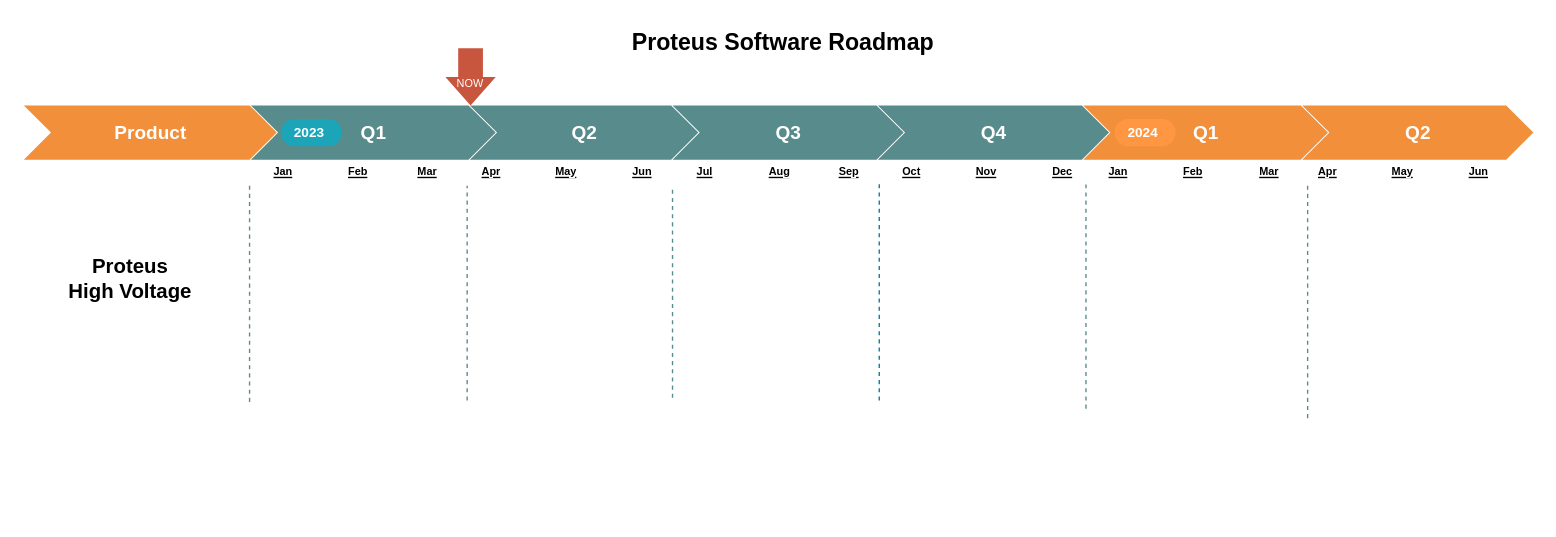
Before: page "Proteus" (4 of 5) of Project RoadMap.drawio in EdwardsKorea/CommonDrawIO, a draw.io diagram. Source tidied: cells renumbered, new cells numbered last; positions are measured from the earlier drawing's top-left corner, leaving out a move shared by most shapes. Both pictures are drawn from the tidied source at 136%, with x=0, y=0 at pixel (23, 23).
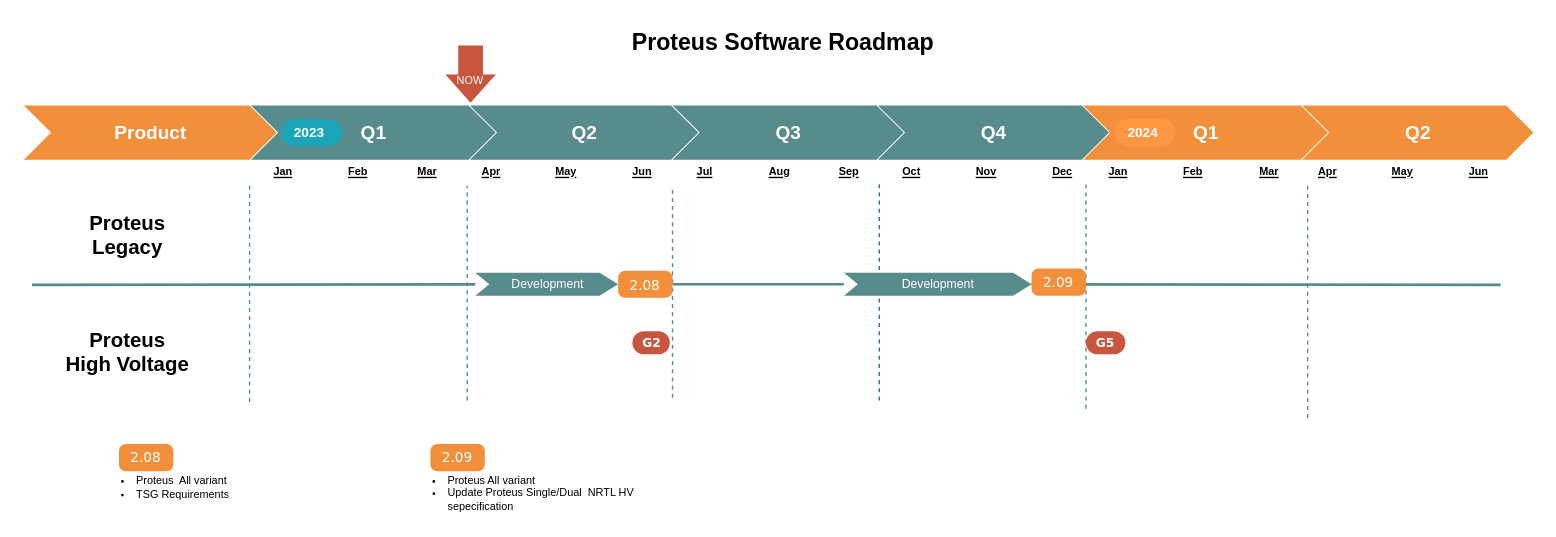
After the change.

Diff of the diagram source:
```diff
@@
     <mxCell id="10" value="&lt;br&gt;NOW" style="shape=singleArrow;direction=south;whiteSpace=wrap;html=1;labelBackgroundColor=none;strokeColor=none;fontFamily=Helvetica;fontSize=8;fontColor=#FFFFFF;fillColor=#c8553d;arrowWidth=0.4911463187325298;arrowSize=0.49521072796935545;" parent="1" vertex="1">
-      <mxGeometry x="310" y="18" width="37" height="42" as="geometry" />
+      <mxGeometry x="310" y="16" width="37" height="42" as="geometry" />
     </mxCell>
@@
     <mxCell id="37" value="Proteus &lt;br&gt;High Voltage" style="text;html=1;strokeColor=none;fillColor=none;align=center;verticalAlign=middle;whiteSpace=wrap;rounded=0;fontSize=15;fontStyle=1;" parent="1" vertex="1">
-      <mxGeometry x="19" y="172" width="119" height="30" as="geometry" />
+      <mxGeometry x="17" y="226" width="119" height="30" as="geometry" />
     </mxCell>
+    <mxCell id="38" style="endArrow=none;html=1;strokeColor=#588b8b;strokeWidth=2;" parent="1" edge="1" source="46">
+      <mxGeometry relative="1" as="geometry">
+        <mxPoint x="1086" y="192" as="targetPoint" />
+      </mxGeometry>
+    </mxCell>
+    <mxCell id="39" value="Proteus &lt;br&gt;Legacy" style="text;html=1;strokeColor=none;fillColor=none;align=center;verticalAlign=middle;whiteSpace=wrap;rounded=0;fontSize=15;fontStyle=1;" parent="1" vertex="1">
+      <mxGeometry x="17" y="140" width="119" height="30" as="geometry" />
+    </mxCell>
+    <mxCell id="40" value="G2" style="rounded=1;whiteSpace=wrap;html=1;arcSize=50;strokeColor=none;strokeWidth=1;fillColor=#c8553d;fontColor=#FFFFFF;whiteSpace=wrap;align=center;verticalAlign=middle;spacingLeft=0;fontStyle=1;fontSize=9;spacing=10;fontFamily=Verdana;" parent="1" vertex="1">
+      <mxGeometry x="447.5" y="226" width="27.5" height="17" as="geometry" />
+    </mxCell>
+    <mxCell id="41" value="G5" style="rounded=1;whiteSpace=wrap;html=1;arcSize=50;strokeColor=none;strokeWidth=1;fillColor=#c8553d;fontColor=#FFFFFF;whiteSpace=wrap;align=center;verticalAlign=middle;spacingLeft=0;fontStyle=1;fontSize=9;spacing=10;fontFamily=Verdana;" parent="1" vertex="1">
+      <mxGeometry x="781" y="226" width="29" height="17" as="geometry" />
+    </mxCell>
+    <mxCell id="42" value="2.09" style="html=1;shadow=0;dashed=0;shape=mxgraph.bootstrap.rrect;rSize=5;strokeColor=none;strokeWidth=1;fillColor=#F28f3b;fontColor=#FFFFFF;whiteSpace=wrap;align=center;verticalAlign=middle;spacingLeft=0;fontStyle=0;fontSize=10;spacing=5;fontFamily=Verdana;labelBackgroundColor=none;" parent="1" vertex="1">
+      <mxGeometry x="741" y="180" width="40" height="20" as="geometry" />
+    </mxCell>
+    <mxCell id="43" style="endArrow=none;html=1;strokeColor=#588b8b;strokeWidth=2;" parent="1" edge="1" target="44">
+      <mxGeometry relative="1" as="geometry">
+        <mxPoint x="6" y="192" as="sourcePoint" />
+      </mxGeometry>
+    </mxCell>
+    <mxCell id="44" value="Development" style="html=1;shape=mxgraph.infographic.ribbonSimple;notch1=10.29;notch2=13.57;fillColor=#588b8b;strokeColor=none;align=center;verticalAlign=middle;fontColor=#ffffff;fontSize=9;fontStyle=0;rounded=0;" parent="1" vertex="1">
+      <mxGeometry x="332" y="183" width="105" height="17" as="geometry" />
+    </mxCell>
+    <mxCell id="45" style="endArrow=none;html=1;strokeColor=#588b8b;strokeWidth=2;" parent="1" edge="1" source="48" target="46">
+      <mxGeometry relative="1" as="geometry" />
+    </mxCell>
+    <mxCell id="46" value="Development" style="html=1;shape=mxgraph.infographic.ribbonSimple;notch1=10.29;notch2=13.57;fillColor=#588b8b;strokeColor=none;align=center;verticalAlign=middle;fontColor=#ffffff;fontSize=9;fontStyle=0;rounded=0;" parent="1" vertex="1">
+      <mxGeometry x="603" y="183" width="138" height="17" as="geometry" />
+    </mxCell>
+    <mxCell id="47" style="endArrow=none;html=1;strokeColor=#588b8b;strokeWidth=2;" parent="1" edge="1" source="44" target="48">
+      <mxGeometry relative="1" as="geometry" />
+    </mxCell>
+    <mxCell id="48" value="2.08" style="html=1;shadow=0;dashed=0;shape=mxgraph.bootstrap.rrect;rSize=5;strokeColor=none;strokeWidth=1;fillColor=#F28f3b;fontColor=#FFFFFF;whiteSpace=wrap;align=center;verticalAlign=middle;spacingLeft=0;fontStyle=0;fontSize=10;spacing=5;fontFamily=Verdana;labelBackgroundColor=none;" parent="1" vertex="1">
+      <mxGeometry x="437" y="181.5" width="40" height="20" as="geometry" />
+    </mxCell>
+    <mxCell id="49" value="2.08" style="html=1;shadow=0;dashed=0;shape=mxgraph.bootstrap.rrect;rSize=5;strokeColor=none;strokeWidth=1;fillColor=#F28f3b;fontColor=#FFFFFF;whiteSpace=wrap;align=center;verticalAlign=middle;spacingLeft=0;fontStyle=0;fontSize=10;spacing=5;fontFamily=Verdana;labelBackgroundColor=none;" parent="1" vertex="1">
+      <mxGeometry x="70" y="309" width="40" height="20" as="geometry" />
+    </mxCell>
+    <mxCell id="50" value="&lt;ul&gt;&lt;li&gt;Proteus&amp;nbsp; All variant&lt;/li&gt;&lt;li&gt;TSG Requirements&lt;/li&gt;&lt;/ul&gt;" style="text;strokeColor=none;fillColor=none;html=1;whiteSpace=wrap;verticalAlign=middle;overflow=hidden;fontSize=8;fontFamily=Helvetica;fontColor=#000000;labelPosition=center;verticalLabelPosition=middle;align=left;" parent="1" vertex="1">
+      <mxGeometry x="41" y="321" width="211" height="40" as="geometry" />
+    </mxCell>
+    <mxCell id="51" value="2.09" style="html=1;shadow=0;dashed=0;shape=mxgraph.bootstrap.rrect;rSize=5;strokeColor=none;strokeWidth=1;fillColor=#F28f3b;fontColor=#FFFFFF;whiteSpace=wrap;align=center;verticalAlign=middle;spacingLeft=0;fontStyle=0;fontSize=10;spacing=5;fontFamily=Verdana;labelBackgroundColor=none;" parent="1" vertex="1">
+      <mxGeometry x="299" y="309" width="40" height="20" as="geometry" />
+    </mxCell>
+    <mxCell id="52" value="&lt;ul&gt;&lt;li&gt;Proteus All variant&lt;/li&gt;&lt;li&gt;Update Proteus Single/Dual&amp;nbsp; NRTL HV sepecification&lt;/li&gt;&lt;/ul&gt;" style="text;strokeColor=none;fillColor=none;html=1;whiteSpace=wrap;verticalAlign=middle;overflow=hidden;fontSize=8;fontFamily=Helvetica;fontColor=#000000;labelPosition=center;verticalLabelPosition=middle;align=left;" parent="1" vertex="1">
+      <mxGeometry x="270" y="321" width="211" height="40" as="geometry" />
+    </mxCell>
```
